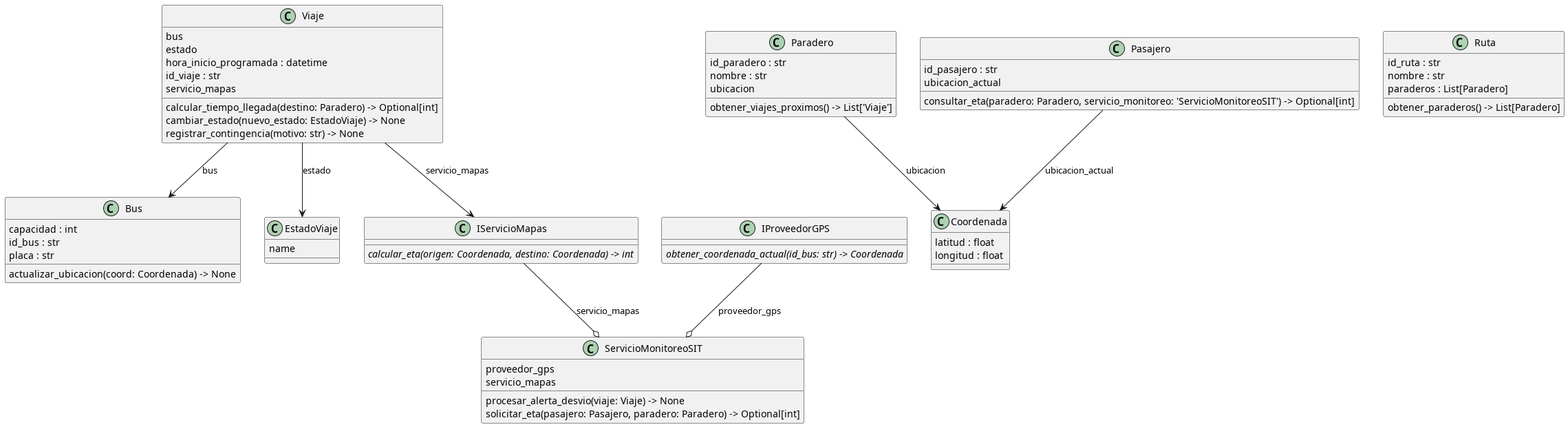
This is docs/design/img/classes_monitoreo.png from AndersonLinoArceValencia/cs-2026b-lab04-grupo06, a PlantUML export, as it was before one commit.
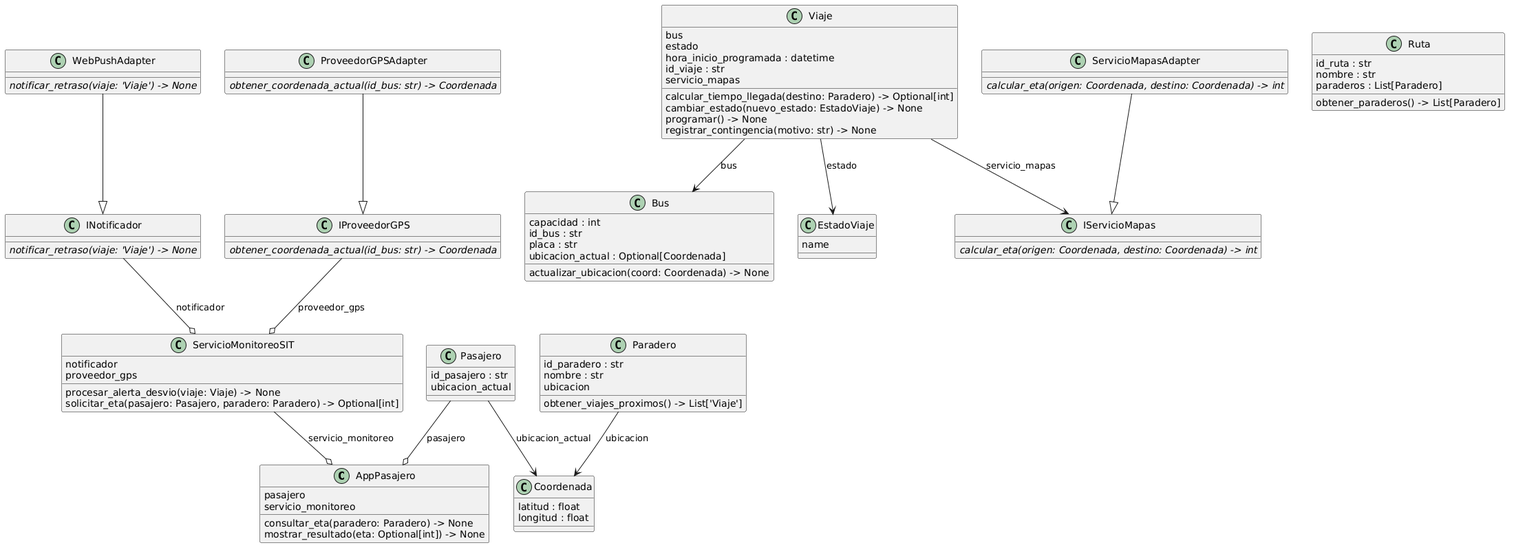
The same file after the commit.

Commit message:
E6: actualizar codigo y round-trip al diagrama corregido

Change to the diagram source:
```diff
@@ -1,48 +1,63 @@
-@startuml classes_monitoreo
+@startuml
 set namespaceSeparator none
-class "Bus" as monitoreo.dominio.Bus {
+class "AppPasajero" as dominio.AppPasajero {
+  pasajero
+  servicio_monitoreo
+  consultar_eta(paradero: Paradero) -> None
+  mostrar_resultado(eta: Optional[int]) -> None
+}
+class "Bus" as dominio.Bus {
   capacidad : int
   id_bus : str
   placa : str
+  ubicacion_actual : Optional[Coordenada]
   actualizar_ubicacion(coord: Coordenada) -> None
 }
-class "Coordenada" as monitoreo.dominio.Coordenada {
+class "Coordenada" as dominio.Coordenada {
   latitud : float
   longitud : float
 }
-class "EstadoViaje" as monitoreo.dominio.EstadoViaje {
+class "EstadoViaje" as dominio.EstadoViaje {
   name
 }
-class "IProveedorGPS" as monitoreo.dominio.IProveedorGPS {
+class "INotificador" as dominio.INotificador {
+  {abstract}notificar_retraso(viaje: 'Viaje') -> None
+}
+class "IProveedorGPS" as dominio.IProveedorGPS {
   {abstract}obtener_coordenada_actual(id_bus: str) -> Coordenada
 }
-class "IServicioMapas" as monitoreo.dominio.IServicioMapas {
+class "IServicioMapas" as dominio.IServicioMapas {
   {abstract}calcular_eta(origen: Coordenada, destino: Coordenada) -> int
 }
-class "Paradero" as monitoreo.dominio.Paradero {
+class "Paradero" as dominio.Paradero {
   id_paradero : str
   nombre : str
   ubicacion
   obtener_viajes_proximos() -> List['Viaje']
 }
-class "Pasajero" as monitoreo.dominio.Pasajero {
+class "Pasajero" as dominio.Pasajero {
   id_pasajero : str
   ubicacion_actual
-  consultar_eta(paradero: Paradero, servicio_monitoreo: 'ServicioMonitoreoSIT') -> Optional[int]
 }
-class "Ruta" as monitoreo.dominio.Ruta {
+class "ProveedorGPSAdapter" as dominio.ProveedorGPSAdapter {
+  {abstract}obtener_coordenada_actual(id_bus: str) -> Coordenada
+}
+class "Ruta" as dominio.Ruta {
   id_ruta : str
   nombre : str
   paraderos : List[Paradero]
   obtener_paraderos() -> List[Paradero]
 }
-class "ServicioMonitoreoSIT" as monitoreo.dominio.ServicioMonitoreoSIT {
+class "ServicioMapasAdapter" as dominio.ServicioMapasAdapter {
+  {abstract}calcular_eta(origen: Coordenada, destino: Coordenada) -> int
+}
+class "ServicioMonitoreoSIT" as dominio.ServicioMonitoreoSIT {
+  notificador
   proveedor_gps
-  servicio_mapas
   procesar_alerta_desvio(viaje: Viaje) -> None
   solicitar_eta(pasajero: Pasajero, paradero: Paradero) -> Optional[int]
 }
-class "Viaje" as monitoreo.dominio.Viaje {
+class "Viaje" as dominio.Viaje {
   bus
   estado
   hora_inicio_programada : datetime
@@ -50,13 +65,22 @@
   servicio_mapas
   calcular_tiempo_llegada(destino: Paradero) -> Optional[int]
   cambiar_estado(nuevo_estado: EstadoViaje) -> None
+  programar() -> None
   registrar_contingencia(motivo: str) -> None
 }
-monitoreo.dominio.Viaje --> monitoreo.dominio.Bus : bus
-monitoreo.dominio.Paradero --> monitoreo.dominio.Coordenada : ubicacion
-monitoreo.dominio.Pasajero --> monitoreo.dominio.Coordenada : ubicacion_actual
-monitoreo.dominio.Viaje --> monitoreo.dominio.EstadoViaje : estado
-monitoreo.dominio.Viaje --> monitoreo.dominio.IServicioMapas : servicio_mapas
-monitoreo.dominio.IProveedorGPS --o monitoreo.dominio.ServicioMonitoreoSIT : proveedor_gps
-monitoreo.dominio.IServicioMapas --o monitoreo.dominio.ServicioMonitoreoSIT : servicio_mapas
+class "WebPushAdapter" as dominio.WebPushAdapter {
+  {abstract}notificar_retraso(viaje: 'Viaje') -> None
+}
+dominio.ProveedorGPSAdapter --|> dominio.IProveedorGPS
+dominio.ServicioMapasAdapter --|> dominio.IServicioMapas
+dominio.WebPushAdapter --|> dominio.INotificador
+dominio.Viaje --> dominio.Bus : bus
+dominio.Paradero --> dominio.Coordenada : ubicacion
+dominio.Pasajero --> dominio.Coordenada : ubicacion_actual
+dominio.Viaje --> dominio.EstadoViaje : estado
+dominio.Viaje --> dominio.IServicioMapas : servicio_mapas
+dominio.INotificador --o dominio.ServicioMonitoreoSIT : notificador
+dominio.IProveedorGPS --o dominio.ServicioMonitoreoSIT : proveedor_gps
+dominio.Pasajero --o dominio.AppPasajero : pasajero
+dominio.ServicioMonitoreoSIT --o dominio.AppPasajero : servicio_monitoreo
 @enduml
```
